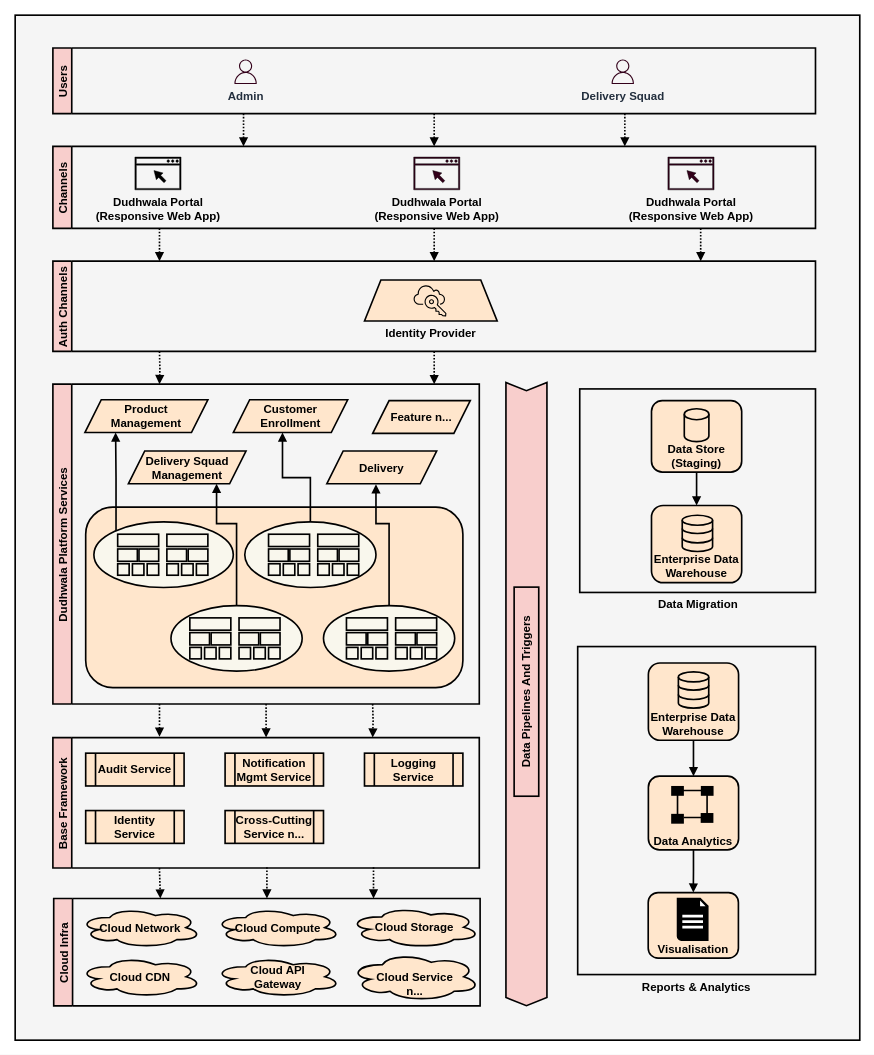
This is docs/diagram/conceptual_view.drawio from dudhwalas/dudhwala, a draw.io file, before an edit. Source tidied: cells renumbered, new cells numbered last; positions are measured from the earlier drawing's top-left corner, leaving out a move shared by most shapes. Both pictures are drawn from the tidied source at 82%, with x=0, y=0 at pixel (15, 15).
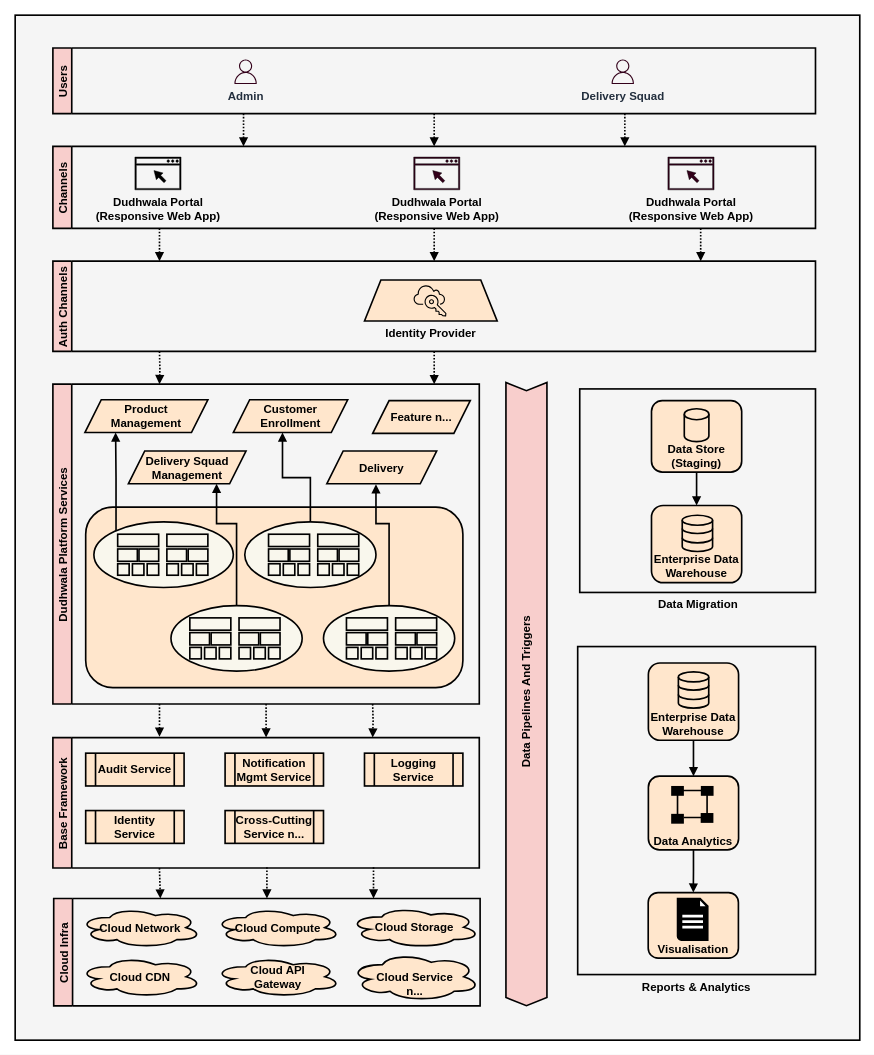
The same page after the edit.

What changed in the source:
```diff
@@
-    <mxCell id="103" value="Data Pipelines And Triggers" style="text;html=1;fillColor=none;align=center;verticalAlign=middle;whiteSpace=wrap;rounded=0;glass=0;sketch=0;curveFitting=0.95;fontFamily=Helvetica;rotation=270;fontSize=14;strokeColor=#000000;strokeWidth=2;fontStyle=1;" parent="1" vertex="1">
+    <mxCell id="103" value="Data Pipelines And Triggers" style="text;html=1;fillColor=none;align=center;verticalAlign=middle;whiteSpace=wrap;rounded=0;glass=0;sketch=0;curveFitting=0.95;fontFamily=Helvetica;rotation=270;fontSize=14;strokeColor=none;strokeWidth=2;fontStyle=1;" parent="1" vertex="1">
       <mxGeometry x="496" y="810" width="255" height="30" as="geometry" />
     </mxCell>
```
